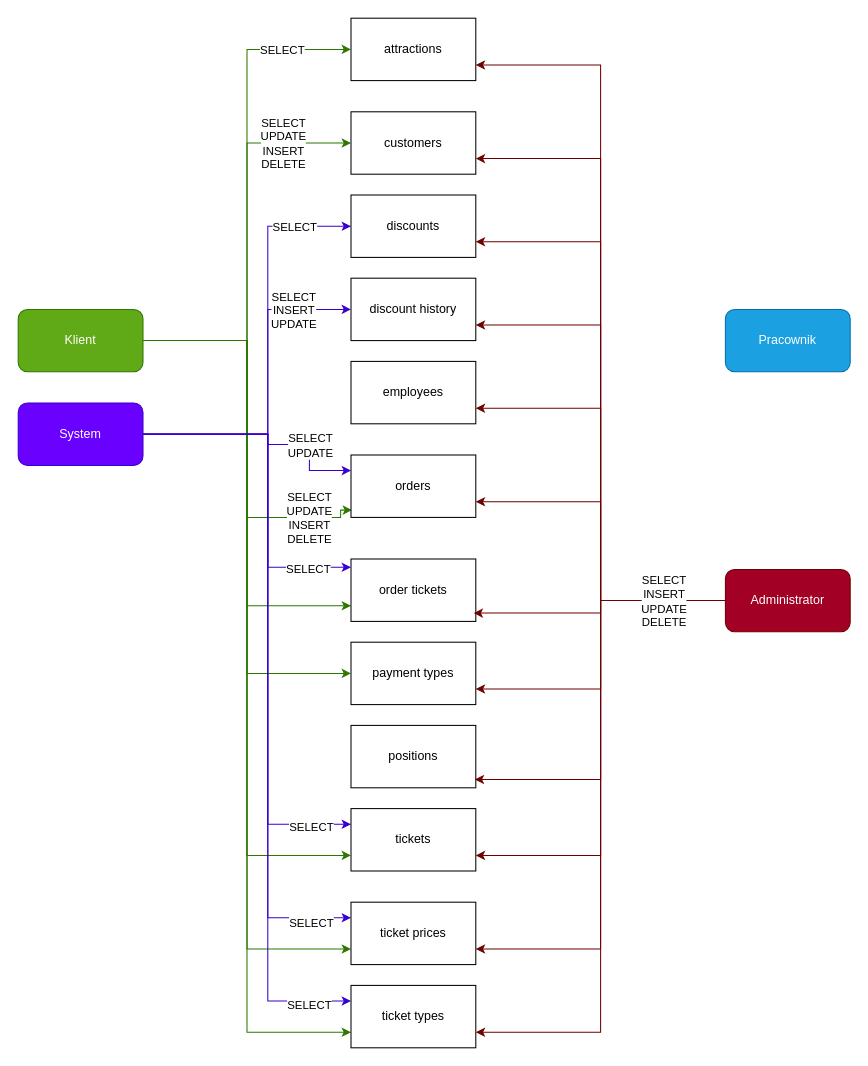
mostekd/tworzenie-i-administrowanie-bazami-danych keeps this draw.io diagram as klasa 4/amusement_park.drawio. Above is the earlier version. Source tidied: cells renumbered, new cells numbered last; positions are measured from the earlier drawing's top-left corner, leaving out a move shared by most shapes. Both pictures are drawn from the tidied source at 104%, with x=0, y=0 at pixel (18, 18).
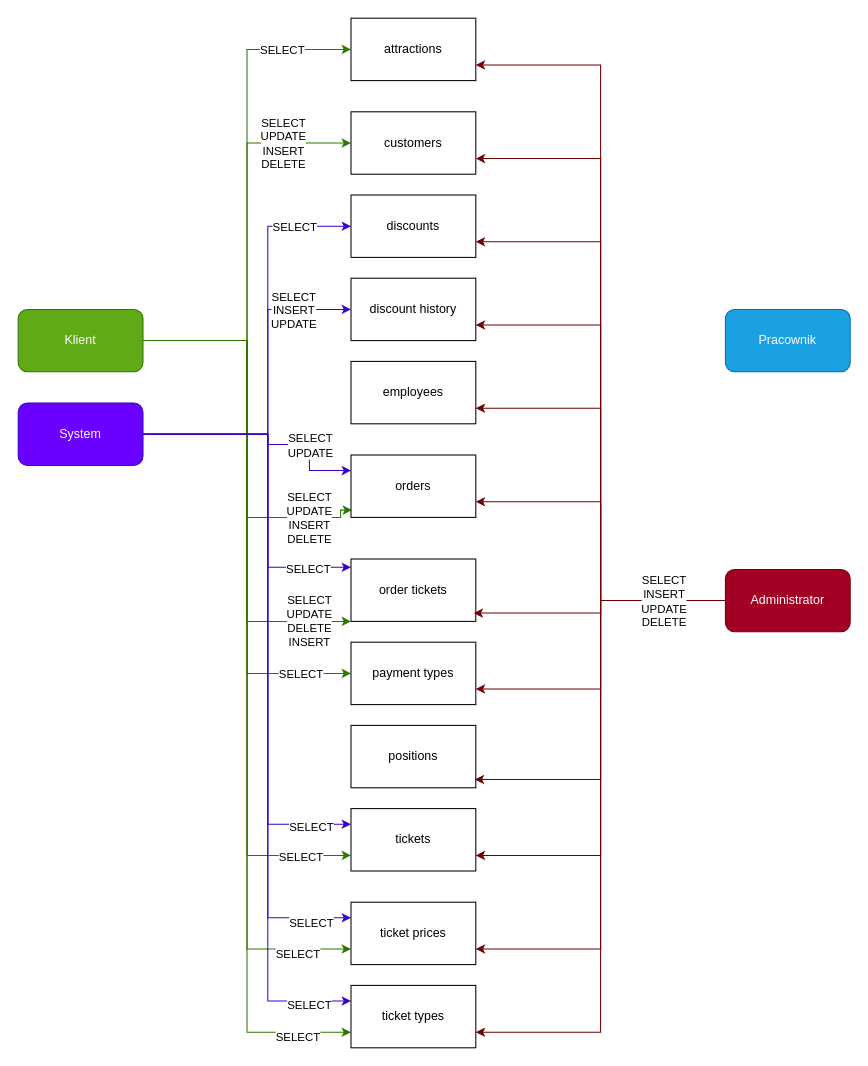
The same page after the edit.

Unchanged cells that the change refers to:
```xml
<mxCell id="9" style="edgeStyle=orthogonalEdgeStyle;rounded=0;jettySize=auto;html=1;entryX=0;entryY=0.5;entryDx=0;entryDy=0;fillColor=#60a917;strokeColor=#2D7600;" parent="1" edge="1" source="13" target="46">
  <mxGeometry relative="1" as="geometry" />
</mxCell>
<mxCell id="10" style="edgeStyle=orthogonalEdgeStyle;rounded=0;jettySize=auto;html=1;entryX=0;entryY=0.75;entryDx=0;entryDy=0;fillColor=#60a917;strokeColor=#2D7600;" parent="1" edge="1" source="13" target="48">
  <mxGeometry relative="1" as="geometry" />
</mxCell>
<mxCell id="11" style="edgeStyle=orthogonalEdgeStyle;rounded=0;jettySize=auto;html=1;entryX=0;entryY=0.75;entryDx=0;entryDy=0;fillColor=#60a917;strokeColor=#2D7600;" parent="1" edge="1" source="13" target="49">
  <mxGeometry relative="1" as="geometry" />
</mxCell>
<mxCell id="12" style="edgeStyle=orthogonalEdgeStyle;rounded=0;jettySize=auto;html=1;entryX=0;entryY=0.75;entryDx=0;entryDy=0;fillColor=#60a917;strokeColor=#2D7600;" parent="1" edge="1" source="13" target="50">
  <mxGeometry relative="1" as="geometry" />
</mxCell>
<mxCell id="13" value="Klient" style="rounded=1;whiteSpace=wrap;html=1;fillColor=#60a917;fontColor=#ffffff;strokeColor=#2D7600;" parent="1" vertex="1">
  <mxGeometry y="280" width="120" height="60" as="geometry" />
</mxCell>
<mxCell id="45" value="order tickets" style="rounded=0;whiteSpace=wrap;html=1;" parent="1" vertex="1">
  <mxGeometry x="320" y="520" width="120" height="60" as="geometry" />
</mxCell>
```

Change to the diagram source:
```diff
@@
-    <mxCell id="8" style="edgeStyle=orthogonalEdgeStyle;rounded=0;jettySize=auto;html=1;entryX=0;entryY=0.75;entryDx=0;entryDy=0;fillColor=#60a917;strokeColor=#2D7600;" parent="1" edge="1" source="13" target="45">
-      <mxGeometry relative="1" as="geometry" />
+    <mxCell id="8" style="edgeStyle=orthogonalEdgeStyle;rounded=0;jettySize=auto;html=1;entryX=0;entryY=1;entryDx=0;entryDy=0;fillColor=#60a917;strokeColor=#2D7600;" parent="1" edge="1" source="13" target="45">
+      <mxGeometry relative="1" as="geometry">
+        <Array as="points">
+          <mxPoint x="220" y="310" />
+          <mxPoint x="220" y="580" />
+        </Array>
+      </mxGeometry>
     </mxCell>
+    <mxCell id="56" value="SELECT&lt;br&gt;UPDATE&lt;br&gt;DELETE&lt;br&gt;INSERT" style="edgeLabel;html=1;align=center;verticalAlign=middle;" parent="8" vertex="1">
+      <mxGeometry x="0.74" y="1" relative="1" as="geometry">
+        <mxPoint x="20" as="offset" />
+      </mxGeometry>
+    </mxCell>
@@
+    <mxCell id="57" value="SELECT" style="edgeLabel;html=1;align=center;verticalAlign=middle;" parent="9" vertex="1">
+      <mxGeometry x="0.76" y="-2" relative="1" as="geometry">
+        <mxPoint x="13" y="-2" as="offset" />
+      </mxGeometry>
+    </mxCell>
@@
+    <mxCell id="58" value="SELECT" style="edgeLabel;html=1;align=center;verticalAlign=middle;" parent="10" vertex="1">
+      <mxGeometry x="0.84" y="-1" relative="1" as="geometry">
+        <mxPoint x="7" as="offset" />
+      </mxGeometry>
+    </mxCell>
@@
+    <mxCell id="59" value="SELECT" style="edgeLabel;html=1;align=center;verticalAlign=middle;" parent="11" vertex="1">
+      <mxGeometry x="0.85" y="-4" relative="1" as="geometry">
+        <mxPoint x="7" as="offset" />
+      </mxGeometry>
+    </mxCell>
@@
+    <mxCell id="60" value="SELECT" style="edgeLabel;html=1;align=center;verticalAlign=middle;" parent="12" vertex="1">
+      <mxGeometry x="0.85" y="-4" relative="1" as="geometry">
+        <mxPoint x="13" as="offset" />
+      </mxGeometry>
+    </mxCell>
```
